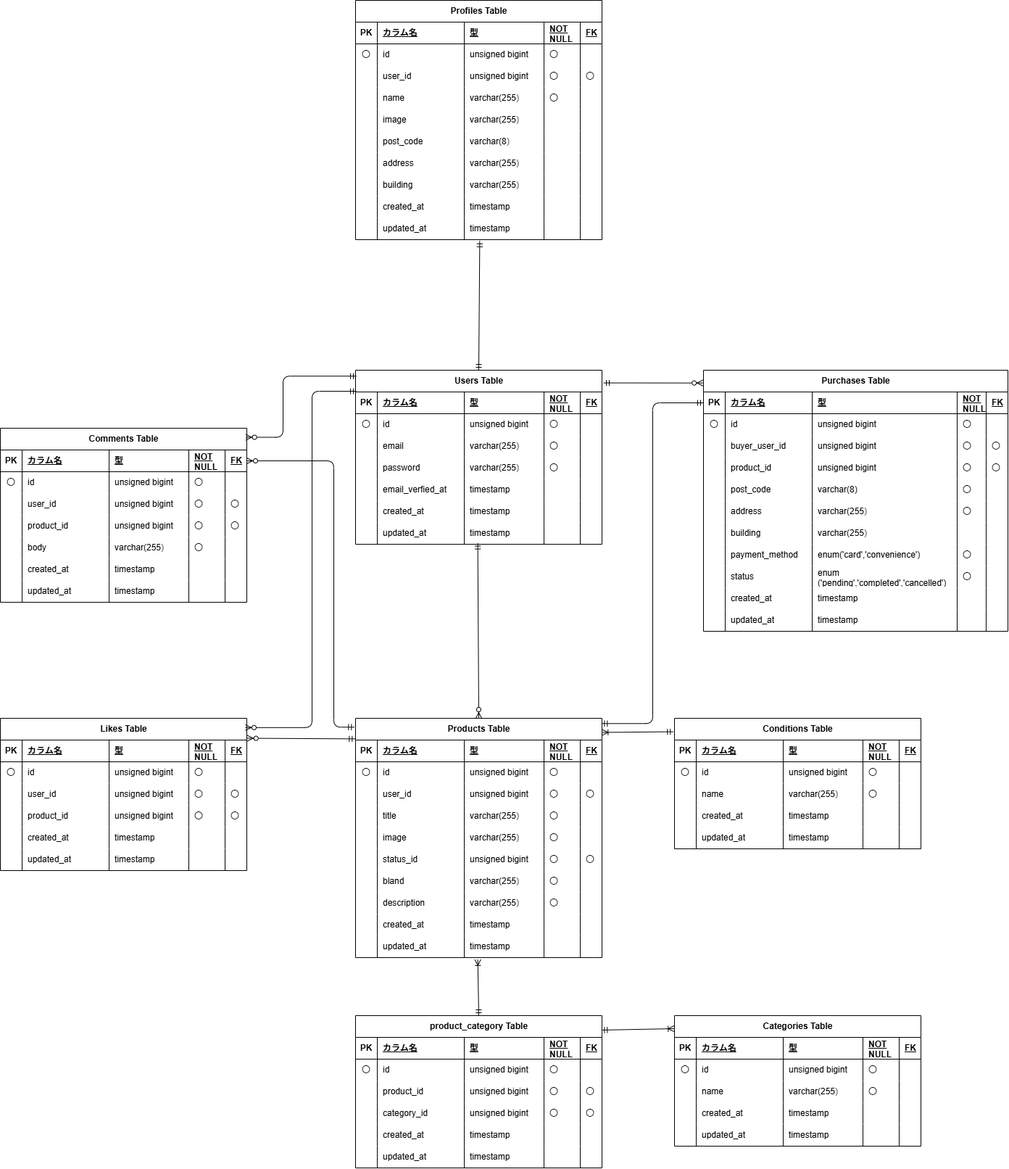
Before: mock-case1.png, a diagram exported from draw.io (ErikoKikuchi/mock-case1). Source tidied: cells renumbered, new cells last; positions are measured from the earlier drawing's top-left corner, leaving out a move shared by most shapes.
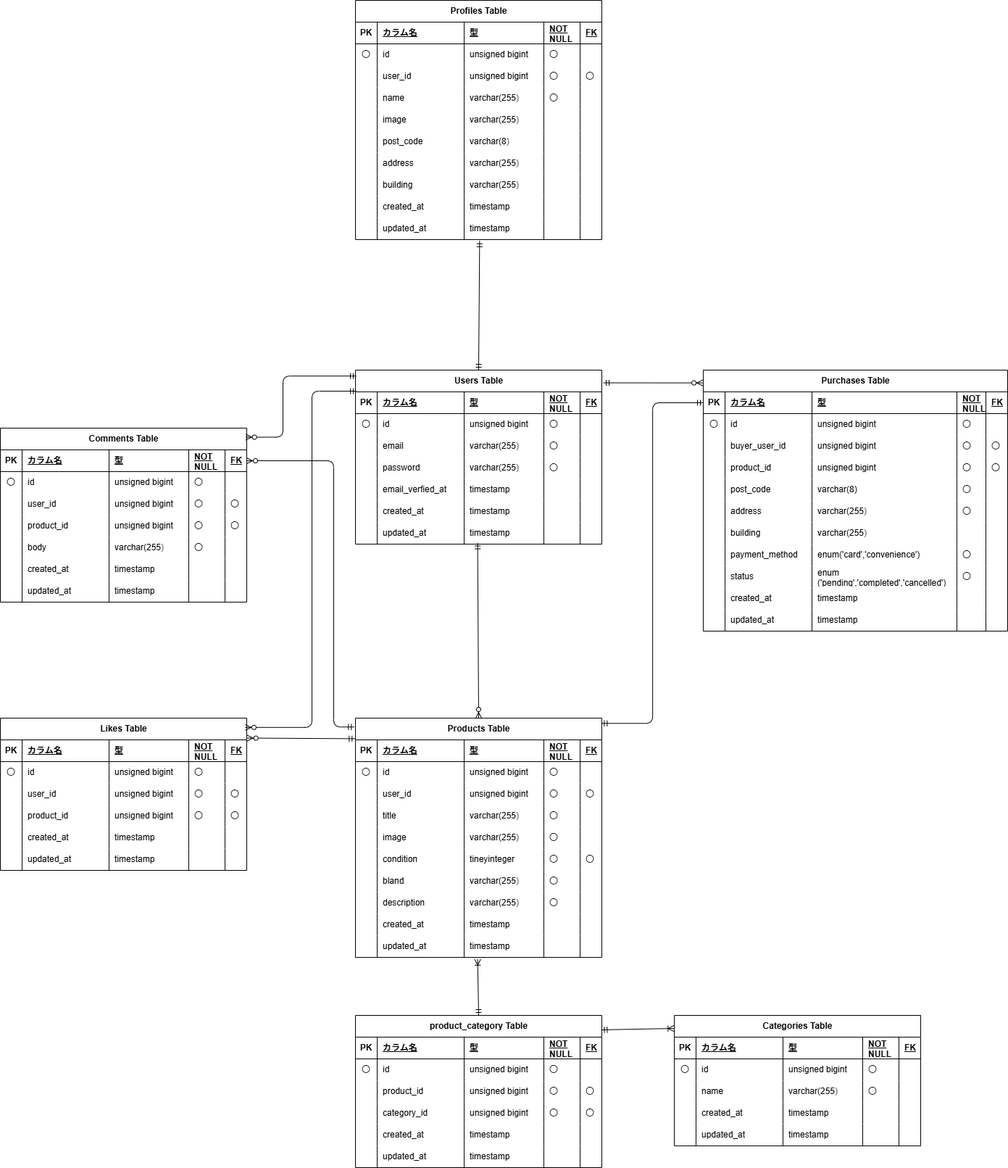
Later version of the same file.

Change to the diagram source:
```diff
@@ -95,99 +95,6 @@
     <mxCell id="32" style="shape=partialRectangle;fillColor=none;top=0;left=0;bottom=0;right=0;align=left;spacingLeft=6;overflow=hidden;whiteSpace=wrap;html=1;" parent="27" vertex="1">
       <mxGeometry x="310" width="30" height="30" as="geometry" />
     </mxCell>
-    <mxCell id="33" value="Conditions Table" style="shape=table;startSize=30;rowLines=0;fontStyle=1;align=center;html=1;" parent="1" vertex="1">
-      <mxGeometry x="930" y="990" width="340" height="180" as="geometry" />
-    </mxCell>
-    <mxCell id="34" style="shape=tableRow;horizontal=0;startSize=0;swimlaneHead=0;swimlaneBody=0;fillColor=none;top=0;left=0;right=0;bottom=1;" parent="33" vertex="1">
-      <mxGeometry y="30" width="340" height="30" as="geometry" />
-    </mxCell>
-    <mxCell id="35" value="PK" style="shape=partialRectangle;fillColor=none;top=0;left=0;bottom=0;right=0;fontStyle=1;overflow=hidden;whiteSpace=wrap;html=1;" parent="34" vertex="1">
-      <mxGeometry width="30" height="30" as="geometry" />
-    </mxCell>
-    <mxCell id="36" value="カラム名" style="shape=partialRectangle;fillColor=none;top=0;left=0;bottom=0;right=0;align=left;spacingLeft=6;fontStyle=5;overflow=hidden;whiteSpace=wrap;html=1;" parent="34" vertex="1">
-      <mxGeometry x="30" width="120" height="30" as="geometry" />
-    </mxCell>
-    <mxCell id="37" value="型" style="shape=partialRectangle;fillColor=none;top=0;left=0;bottom=0;right=0;align=left;spacingLeft=6;fontStyle=5;overflow=hidden;whiteSpace=wrap;html=1;" parent="34" vertex="1">
-      <mxGeometry x="150" width="110" height="30" as="geometry" />
-    </mxCell>
-    <mxCell id="38" value="NOT NULL" style="shape=partialRectangle;fillColor=none;top=0;left=0;bottom=0;right=0;align=left;spacingLeft=6;fontStyle=5;overflow=hidden;whiteSpace=wrap;html=1;" parent="34" vertex="1">
-      <mxGeometry x="260" width="50" height="30" as="geometry" />
-    </mxCell>
-    <mxCell id="39" value="FK" style="shape=partialRectangle;fillColor=none;top=0;left=0;bottom=0;right=0;align=left;spacingLeft=6;fontStyle=5;overflow=hidden;whiteSpace=wrap;html=1;" parent="34" vertex="1">
-      <mxGeometry x="310" width="30" height="30" as="geometry" />
-    </mxCell>
-    <mxCell id="40" style="shape=tableRow;horizontal=0;startSize=0;swimlaneHead=0;swimlaneBody=0;fillColor=none;top=0;left=0;right=0;bottom=0;" parent="33" vertex="1">
-      <mxGeometry y="60" width="340" height="30" as="geometry" />
-    </mxCell>
-    <mxCell id="41" value="〇" style="shape=partialRectangle;fillColor=none;top=0;left=0;bottom=0;right=0;overflow=hidden;whiteSpace=wrap;html=1;" parent="40" vertex="1">
-      <mxGeometry width="30" height="30" as="geometry" />
-    </mxCell>
-    <mxCell id="42" value="id" style="shape=partialRectangle;fillColor=none;top=0;left=0;bottom=0;right=0;align=left;spacingLeft=6;overflow=hidden;whiteSpace=wrap;html=1;" parent="40" vertex="1">
-      <mxGeometry x="30" width="120" height="30" as="geometry" />
-    </mxCell>
-    <mxCell id="43" value="unsigned bigint" style="shape=partialRectangle;fillColor=none;top=0;left=0;bottom=0;right=0;align=left;spacingLeft=6;overflow=hidden;whiteSpace=wrap;html=1;" parent="40" vertex="1">
-      <mxGeometry x="150" width="110" height="30" as="geometry" />
-    </mxCell>
-    <mxCell id="44" value="〇" style="shape=partialRectangle;fillColor=none;top=0;left=0;bottom=0;right=0;align=left;spacingLeft=6;overflow=hidden;whiteSpace=wrap;html=1;" parent="40" vertex="1">
-      <mxGeometry x="260" width="50" height="30" as="geometry" />
-    </mxCell>
-    <mxCell id="45" style="shape=partialRectangle;fillColor=none;top=0;left=0;bottom=0;right=0;align=left;spacingLeft=6;overflow=hidden;whiteSpace=wrap;html=1;" parent="40" vertex="1">
-      <mxGeometry x="310" width="30" height="30" as="geometry" />
-    </mxCell>
-    <mxCell id="46" style="shape=tableRow;horizontal=0;startSize=0;swimlaneHead=0;swimlaneBody=0;fillColor=none;top=0;left=0;right=0;bottom=0;" parent="33" vertex="1">
-      <mxGeometry y="90" width="340" height="30" as="geometry" />
-    </mxCell>
-    <mxCell id="47" style="shape=partialRectangle;fillColor=none;top=0;left=0;bottom=0;right=0;overflow=hidden;whiteSpace=wrap;html=1;" parent="46" vertex="1">
-      <mxGeometry width="30" height="30" as="geometry" />
-    </mxCell>
-    <mxCell id="48" value="name" style="shape=partialRectangle;fillColor=none;top=0;left=0;bottom=0;right=0;align=left;spacingLeft=6;overflow=hidden;whiteSpace=wrap;html=1;" parent="46" vertex="1">
-      <mxGeometry x="30" width="120" height="30" as="geometry" />
-    </mxCell>
-    <mxCell id="49" value="&lt;span style=&quot;scrollbar-color: rgb(226, 226, 226) rgb(251, 251, 251); color: rgb(0, 0, 0);&quot;&gt;varchar(255&lt;/span&gt;&lt;span style=&quot;scrollbar-color: rgb(226, 226, 226) rgb(251, 251, 251); background-color: transparent; color: rgb(63, 63, 63);&quot;&gt;)&lt;/span&gt;" style="shape=partialRectangle;fillColor=none;top=0;left=0;bottom=0;right=0;align=left;spacingLeft=6;overflow=hidden;whiteSpace=wrap;html=1;" parent="46" vertex="1">
-      <mxGeometry x="150" width="110" height="30" as="geometry" />
-    </mxCell>
-    <mxCell id="50" value="&lt;span style=&quot;color: rgb(0, 0, 0);&quot;&gt;〇&lt;/span&gt;" style="shape=partialRectangle;fillColor=none;top=0;left=0;bottom=0;right=0;align=left;spacingLeft=6;overflow=hidden;whiteSpace=wrap;html=1;" parent="46" vertex="1">
-      <mxGeometry x="260" width="50" height="30" as="geometry" />
-    </mxCell>
-    <mxCell id="51" style="shape=partialRectangle;fillColor=none;top=0;left=0;bottom=0;right=0;align=left;spacingLeft=6;overflow=hidden;whiteSpace=wrap;html=1;" parent="46" vertex="1">
-      <mxGeometry x="310" width="30" height="30" as="geometry" />
-    </mxCell>
-    <mxCell id="52" style="shape=tableRow;horizontal=0;startSize=0;swimlaneHead=0;swimlaneBody=0;fillColor=none;top=0;left=0;right=0;bottom=0;" parent="33" vertex="1">
-      <mxGeometry y="120" width="340" height="30" as="geometry" />
-    </mxCell>
-    <mxCell id="53" style="shape=partialRectangle;fillColor=none;top=0;left=0;bottom=0;right=0;overflow=hidden;whiteSpace=wrap;html=1;" parent="52" vertex="1">
-      <mxGeometry width="30" height="30" as="geometry" />
-    </mxCell>
-    <mxCell id="54" value="&lt;span style=&quot;color: rgb(0, 0, 0);&quot;&gt;created_at&lt;/span&gt;" style="shape=partialRectangle;fillColor=none;top=0;left=0;bottom=0;right=0;align=left;spacingLeft=6;overflow=hidden;whiteSpace=wrap;html=1;" parent="52" vertex="1">
-      <mxGeometry x="30" width="120" height="30" as="geometry" />
-    </mxCell>
-    <mxCell id="55" value="&lt;span style=&quot;color: rgb(0, 0, 0);&quot;&gt;timestamp&lt;/span&gt;" style="shape=partialRectangle;fillColor=none;top=0;left=0;bottom=0;right=0;align=left;spacingLeft=6;overflow=hidden;whiteSpace=wrap;html=1;" parent="52" vertex="1">
-      <mxGeometry x="150" width="110" height="30" as="geometry" />
-    </mxCell>
-    <mxCell id="56" style="shape=partialRectangle;fillColor=none;top=0;left=0;bottom=0;right=0;align=left;spacingLeft=6;overflow=hidden;whiteSpace=wrap;html=1;" parent="52" vertex="1">
-      <mxGeometry x="260" width="50" height="30" as="geometry" />
-    </mxCell>
-    <mxCell id="57" style="shape=partialRectangle;fillColor=none;top=0;left=0;bottom=0;right=0;align=left;spacingLeft=6;overflow=hidden;whiteSpace=wrap;html=1;" parent="52" vertex="1">
-      <mxGeometry x="310" width="30" height="30" as="geometry" />
-    </mxCell>
-    <mxCell id="58" style="shape=tableRow;horizontal=0;startSize=0;swimlaneHead=0;swimlaneBody=0;fillColor=none;top=0;left=0;right=0;bottom=0;" parent="33" vertex="1">
-      <mxGeometry y="150" width="340" height="30" as="geometry" />
-    </mxCell>
-    <mxCell id="59" style="shape=partialRectangle;fillColor=none;top=0;left=0;bottom=0;right=0;overflow=hidden;whiteSpace=wrap;html=1;" parent="58" vertex="1">
-      <mxGeometry width="30" height="30" as="geometry" />
-    </mxCell>
-    <mxCell id="60" value="&lt;span style=&quot;color: rgb(0, 0, 0);&quot;&gt;updated_at&lt;/span&gt;" style="shape=partialRectangle;fillColor=none;top=0;left=0;bottom=0;right=0;align=left;spacingLeft=6;overflow=hidden;whiteSpace=wrap;html=1;" parent="58" vertex="1">
-      <mxGeometry x="30" width="120" height="30" as="geometry" />
-    </mxCell>
-    <mxCell id="61" value="&lt;span style=&quot;color: rgb(0, 0, 0);&quot;&gt;timestamp&lt;/span&gt;" style="shape=partialRectangle;fillColor=none;top=0;left=0;bottom=0;right=0;align=left;spacingLeft=6;overflow=hidden;whiteSpace=wrap;html=1;" parent="58" vertex="1">
-      <mxGeometry x="150" width="110" height="30" as="geometry" />
-    </mxCell>
-    <mxCell id="62" style="shape=partialRectangle;fillColor=none;top=0;left=0;bottom=0;right=0;align=left;spacingLeft=6;overflow=hidden;whiteSpace=wrap;html=1;" parent="58" vertex="1">
-      <mxGeometry x="260" width="50" height="30" as="geometry" />
-    </mxCell>
-    <mxCell id="63" style="shape=partialRectangle;fillColor=none;top=0;left=0;bottom=0;right=0;align=left;spacingLeft=6;overflow=hidden;whiteSpace=wrap;html=1;" parent="58" vertex="1">
-      <mxGeometry x="310" width="30" height="30" as="geometry" />
-    </mxCell>
     <mxCell id="64" value="product_category Table" style="shape=table;startSize=30;rowLines=0;fontStyle=1;align=center;html=1;" parent="1" vertex="1">
       <mxGeometry x="490" y="1400" width="340" height="210" as="geometry" />
     </mxCell>
@@ -857,10 +764,10 @@
     <mxCell id="286" style="shape=partialRectangle;fillColor=none;top=0;left=0;bottom=0;right=0;overflow=hidden;whiteSpace=wrap;html=1;" parent="285" vertex="1">
       <mxGeometry width="30" height="30" as="geometry" />
     </mxCell>
-    <mxCell id="287" value="status_id" style="shape=partialRectangle;fillColor=none;top=0;left=0;bottom=0;right=0;align=left;spacingLeft=6;overflow=hidden;whiteSpace=wrap;html=1;" parent="285" vertex="1">
+    <mxCell id="287" value="condition" style="shape=partialRectangle;fillColor=none;top=0;left=0;bottom=0;right=0;align=left;spacingLeft=6;overflow=hidden;whiteSpace=wrap;html=1;" parent="285" vertex="1">
       <mxGeometry x="30" width="120" height="30" as="geometry" />
     </mxCell>
-    <mxCell id="288" value="&lt;span style=&quot;color: rgb(0, 0, 0);&quot;&gt;unsigned bigint&lt;/span&gt;" style="shape=partialRectangle;fillColor=none;top=0;left=0;bottom=0;right=0;align=left;spacingLeft=6;overflow=hidden;whiteSpace=wrap;html=1;" parent="285" vertex="1">
+    <mxCell id="288" value="tineyinteger" style="shape=partialRectangle;fillColor=none;top=0;left=0;bottom=0;right=0;align=left;spacingLeft=6;overflow=hidden;whiteSpace=wrap;html=1;" parent="285" vertex="1">
       <mxGeometry x="150" width="110" height="30" as="geometry" />
     </mxCell>
     <mxCell id="289" value="&lt;span style=&quot;color: rgb(0, 0, 0);&quot;&gt;〇&lt;/span&gt;" style="shape=partialRectangle;fillColor=none;top=0;left=0;bottom=0;right=0;align=left;spacingLeft=6;overflow=hidden;whiteSpace=wrap;html=1;" parent="285" vertex="1">
@@ -1274,9 +1181,6 @@
     <mxCell id="421" style="fontSize=12;html=1;endArrow=ERoneToMany;startArrow=ERmandOne;exitX=0.998;exitY=0.095;exitDx=0;exitDy=0;entryX=-0.002;entryY=0.1;entryDx=0;entryDy=0;entryPerimeter=0;exitPerimeter=0;" parent="1" edge="1" source="64" target="2">
       <mxGeometry relative="1" as="geometry" />
     </mxCell>
-    <mxCell id="422" style="fontSize=12;html=1;endArrow=ERoneToMany;startArrow=ERmandOne;exitX=-0.005;exitY=0.103;exitDx=0;exitDy=0;entryX=1.001;entryY=0.059;entryDx=0;entryDy=0;entryPerimeter=0;exitPerimeter=0;" parent="1" edge="1" source="33" target="254">
-      <mxGeometry relative="1" as="geometry" />
-    </mxCell>
     <mxCell id="423" style="edgeStyle=elbowEdgeStyle;fontSize=12;html=1;endArrow=ERmandOne;startArrow=ERmandOne;exitX=0.998;exitY=0.022;exitDx=0;exitDy=0;exitPerimeter=0;entryX=0;entryY=0.5;entryDx=0;entryDy=0;" parent="1" edge="1" source="254" target="188">
       <mxGeometry relative="1" as="geometry" />
     </mxCell>
```
